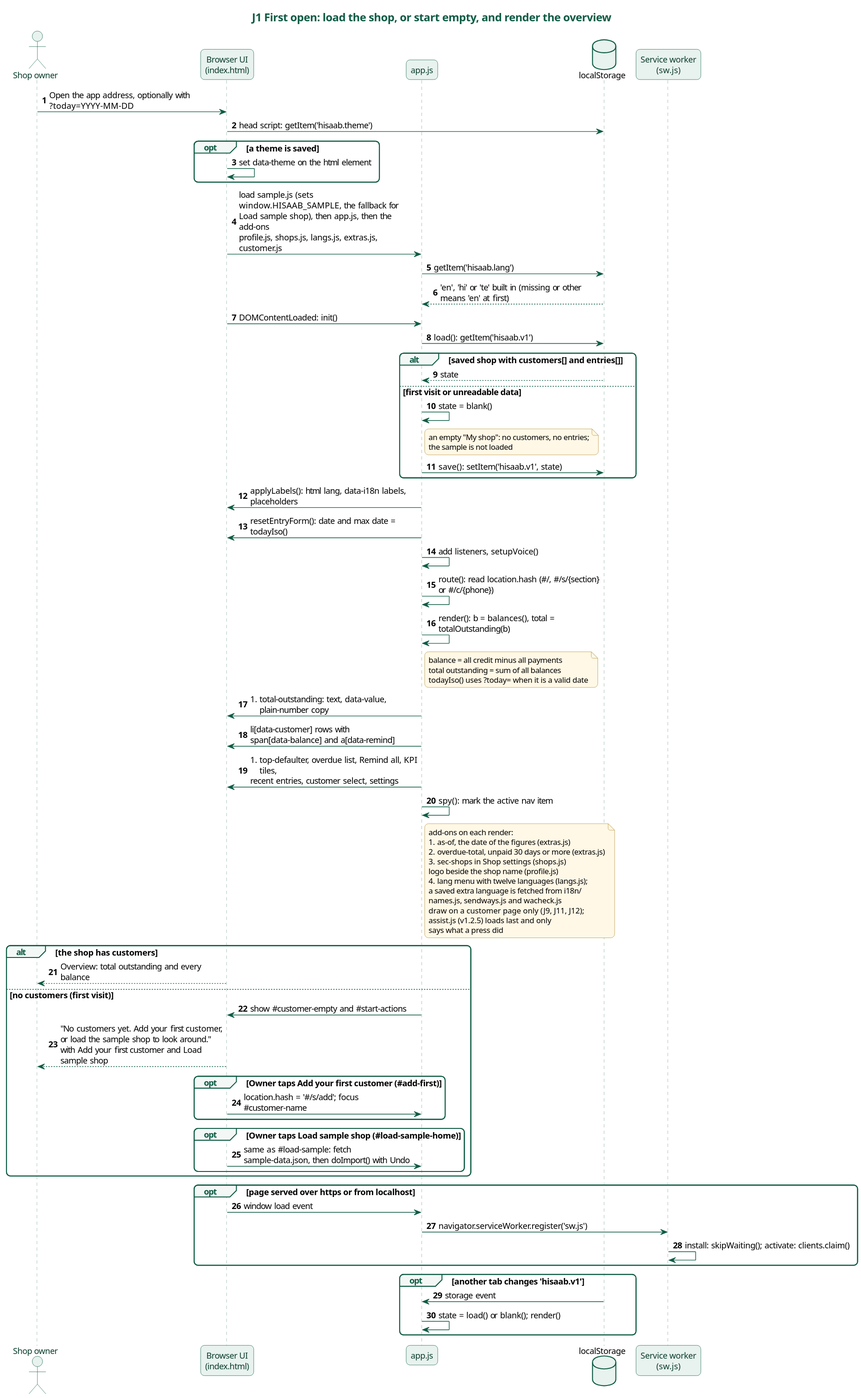
This is docs/diagrams/j1-first-open.svg from karwasanjay007/hisaab-docs, a PlantUML export, as it was before one commit.
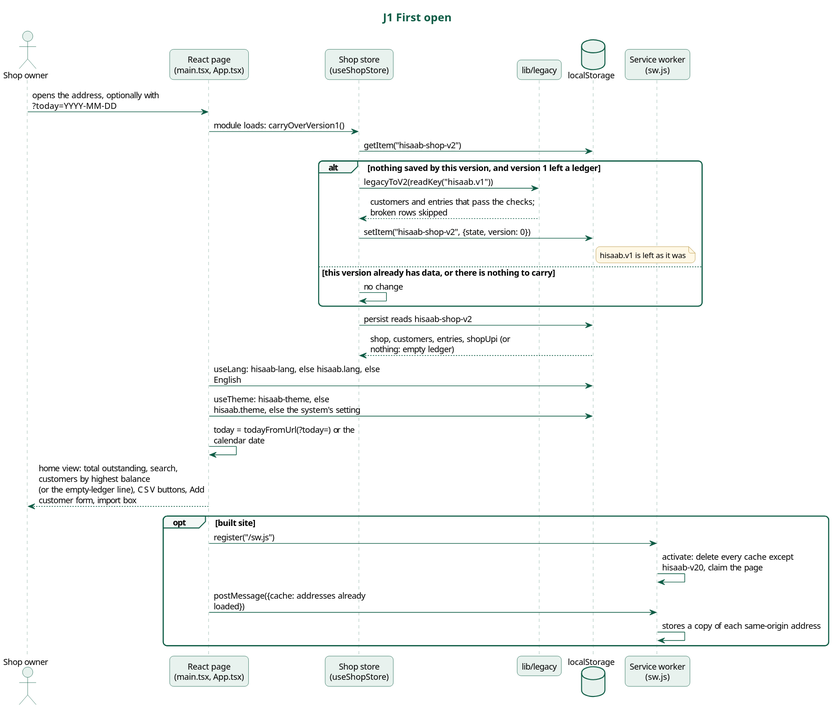
The same file after the commit.

The edit, as a diff of the source:
```diff
@@ -1,5 +1,5 @@
 @startuml
-title J1 First open: load the shop, or start empty, and render the overview
+title J1 First open
 skinparam backgroundColor white
 skinparam defaultFontName "Noto Sans"
 skinparam defaultFontSize 13
@@ -9,24 +9,15 @@
 skinparam titleFontSize 17
 skinparam titleFontColor #0E5C45
 skinparam sequenceMessageAlign left
-skinparam responseMessageBelowArrow true
 skinparam sequence {
   ArrowColor #0E5C45
   LifeLineBorderColor #7FA89A
-  LifeLineBackgroundColor #E8F2EE
   ParticipantBorderColor #0E5C45
   ParticipantBackgroundColor #E8F2EE
-  ParticipantFontColor #0B3D2E
   ActorBorderColor #0E5C45
   ActorBackgroundColor #E8F2EE
-  ActorFontColor #0B3D2E
   GroupBorderColor #0E5C45
-  GroupHeaderFontColor #0E5C45
   GroupBackgroundColor #F3F8F6
-  DividerBorderColor #0E5C45
-  DividerBackgroundColor #E8F2EE
-  DividerFontColor #0B3D2E
-  BoxBorderColor #0E5C45
 }
 skinparam database {
   BorderColor #0E5C45
@@ -38,74 +29,33 @@
   FontSize 12
 }
 actor "Shop owner" as Owner
-participant "Browser UI\n(index.html)" as UI
-participant "app.js" as App
+participant "React page\n(main.tsx, App.tsx)" as UI
+participant "Shop store\n(useShopStore)" as Store
+participant "lib/legacy" as Legacy
 database "localStorage" as LS
 participant "Service worker\n(sw.js)" as SW
-autonumber
-Owner -> UI : Open the app address, optionally with ?today=YYYY-MM-DD
-UI -> LS : head script: getItem('hisaab.theme')
-opt a theme is saved
-  UI -> UI : set data-theme on the html element
+
+Owner -> UI : opens the address, optionally with ?today=YYYY-MM-DD
+UI -> Store : module loads: carryOverVersion1()
+Store -> LS : getItem("hisaab-shop-v2")
+alt nothing saved by this version, and version 1 left a ledger
+  Store -> Legacy : legacyToV2(readKey("hisaab.v1"))
+  Legacy --> Store : customers and entries that pass the checks; broken rows skipped
+  Store -> LS : setItem("hisaab-shop-v2", {state, version: 0})
+  note right of LS : hisaab.v1 is left as it was
+else this version already has data, or there is nothing to carry
+  Store -> Store : no change
 end
-UI -> App : load sample.js (sets window.HISAAB_SAMPLE, the fallback for Load sample shop), then app.js, then the add-ons\nprofile.js, shops.js, langs.js, extras.js, customer.js
-App -> LS : getItem('hisaab.lang')
-LS --> App : 'en', 'hi' or 'te' built in (missing or other means 'en' at first)
-UI -> App : DOMContentLoaded: init()
-App -> LS : load(): getItem('hisaab.v1')
-alt saved shop with customers[] and entries[]
-  LS --> App : state
-else first visit or unreadable data
-  App -> App : state = blank()
-  note right of App : an empty "My shop": no customers, no entries;\nthe sample is not loaded
-  App -> LS : save(): setItem('hisaab.v1', state)
-end
-App -> UI : applyLabels(): html lang, data-i18n labels, placeholders
-App -> UI : resetEntryForm(): date and max date = todayIso()
-App -> App : add listeners, setupVoice()
-App -> App : route(): read location.hash (#/, #/s/{section} or #/c/{phone})
-App -> App : render(): b = balances(), total = totalOutstanding(b)
-note right of App
-  balance = all credit minus all payments
-  total outstanding = sum of all balances
-  todayIso() uses ?today= when it is a valid date
-end note
-App -> UI : #total-outstanding: text, data-value, plain-number copy
-App -> UI : li[data-customer] rows with span[data-balance] and a[data-remind]
-App -> UI : #top-defaulter, overdue list, Remind all, KPI tiles,\nrecent entries, customer select, settings
-App -> App : spy(): mark the active nav item
-note right of App
-  add-ons on each render:
-  #as-of, the date of the figures (extras.js)
-  #overdue-total, unpaid 30 days or more (extras.js)
-  #sec-shops in Shop settings (shops.js)
-  logo beside the shop name (profile.js)
-  #lang menu with twelve languages (langs.js);
-  a saved extra language is fetched from i18n/
-  names.js, sendways.js and wacheck.js
-  draw on a customer page only (J9, J11, J12);
-  assist.js (v1.2.5) loads last and only
-  says what a press did
-end note
-alt the shop has customers
-  UI --> Owner : Overview: total outstanding and every balance
-else no customers (first visit)
-  App -> UI : show #customer-empty and #start-actions
-  UI --> Owner : "No customers yet. Add your first customer, or load the sample shop to look around."\nwith Add your first customer and Load sample shop
-  opt Owner taps Add your first customer (#add-first)
-    UI -> App : location.hash = '#/s/add'; focus #customer-name
-  end
-  opt Owner taps Load sample shop (#load-sample-home)
-    UI -> App : same as #load-sample: fetch sample-data.json, then doImport() with Undo
-  end
-end
-opt page served over https or from localhost
-  UI -> App : window load event
-  App -> SW : navigator.serviceWorker.register('sw.js')
-  SW -> SW : install: skipWaiting(); activate: clients.claim()
-end
-opt another tab changes 'hisaab.v1'
-  LS -> App : storage event
-  App -> App : state = load() or blank(); render()
+Store -> LS : persist reads hisaab-shop-v2
+LS --> Store : shop, customers, entries, shopUpi (or nothing: empty ledger)
+UI -> LS : useLang: hisaab-lang, else hisaab.lang, else English
+UI -> LS : useTheme: hisaab-theme, else hisaab.theme, else the system's setting
+UI -> UI : today = todayFromUrl(?today=) or the calendar date
+UI --> Owner : home view: total outstanding, search, customers by highest balance\n(or the empty-ledger line), CSV buttons, Add customer form, import box
+opt built site
+  UI -> SW : register("/sw.js")
+  SW -> SW : activate: delete every cache except hisaab-v20, claim the page
+  UI -> SW : postMessage({cache: addresses already loaded})
+  SW -> SW : stores a copy of each same-origin address
 end
 @enduml
```
